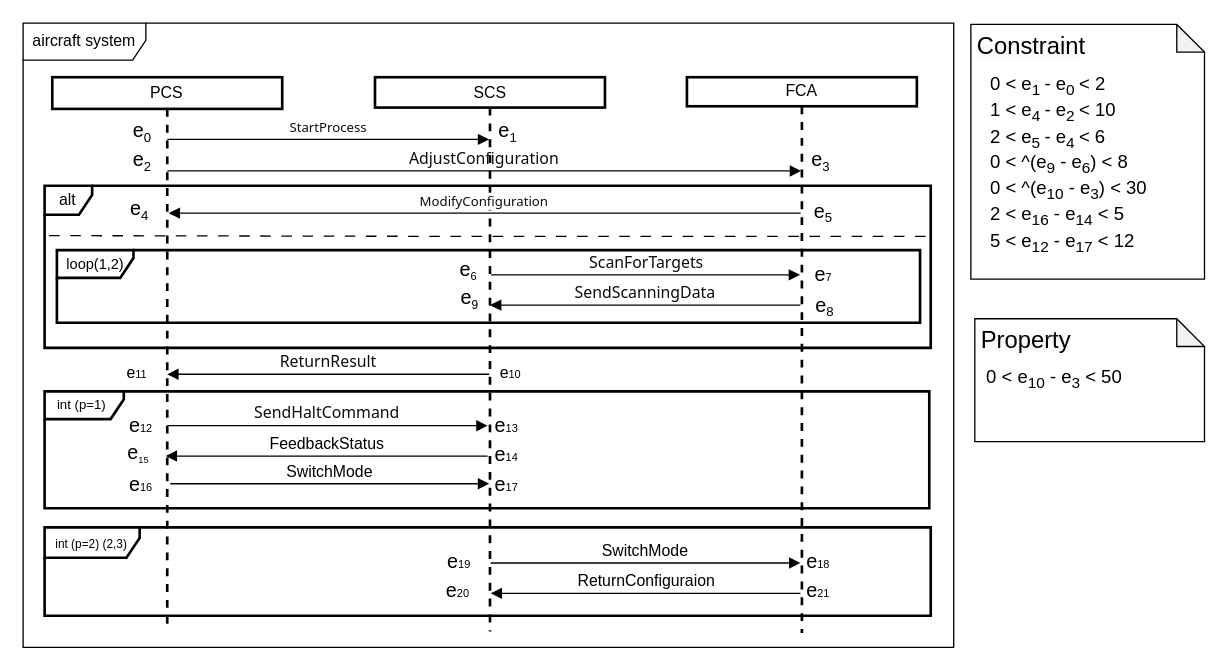
This is block.drawio from ShiYufei0708/draw, a draw.io file, before an edit. Source tidied: cells renumbered, new cells numbered last; positions are measured from the earlier drawing's top-left corner, leaving out a move shared by most shapes. Both pictures are drawn from the tidied source at 132%, with x=0, y=0 at pixel (22, 22).
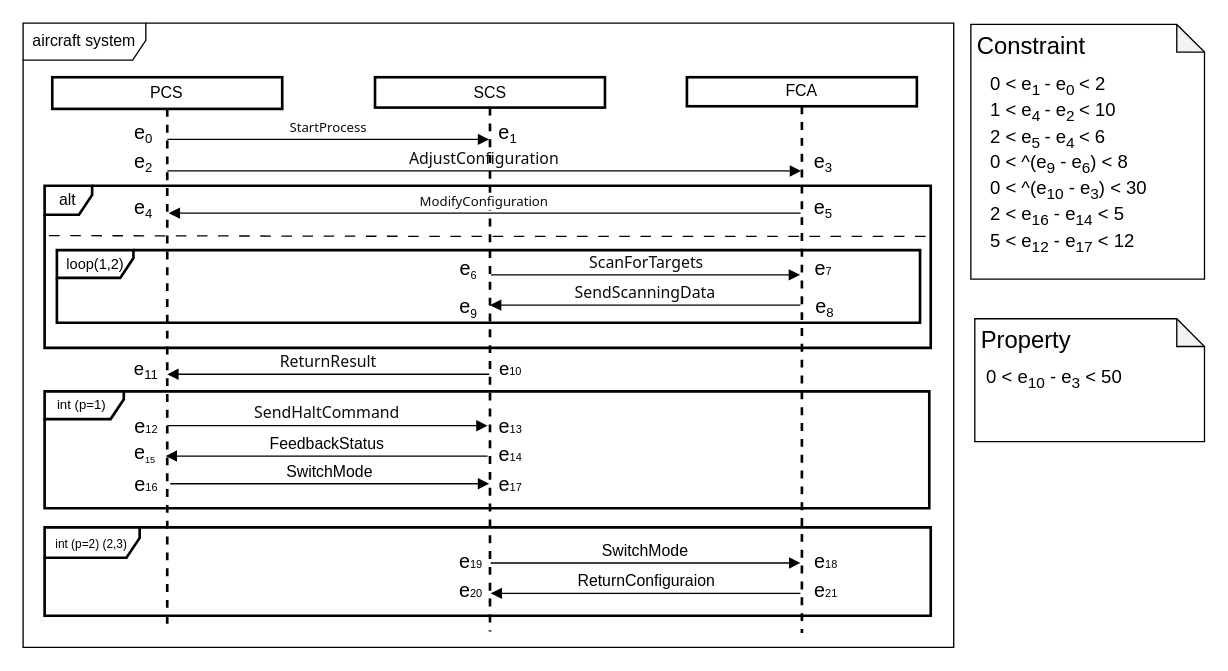
The same page after the edit.

The edit, as a diff of the source:
```diff
@@
-    <mxCell id="9" style="group;strokeWidth=2;" parent="1" vertex="1">
+    <mxCell id="9" style="group;strokeWidth=3;perimeterSpacing=1;" parent="1" vertex="1">
       <mxGeometry width="705" height="473" as="geometry" />
     </mxCell>
@@
     <mxCell id="29" value="&lt;font style=&quot;font-size: 15px;&quot;&gt;e&lt;/font&gt;&lt;sub&gt;0&lt;/sub&gt;" style="text;html=1;align=center;verticalAlign=middle;strokeColor=none;fillColor=none;" parent="9" vertex="1">
-      <mxGeometry x="74.3" y="67" width="32" height="32" as="geometry" />
+      <mxGeometry x="75" y="68" width="32" height="32" as="geometry" />
     </mxCell>
     <mxCell id="30" value="&lt;font style=&quot;font-size: 15px;&quot;&gt;e&lt;/font&gt;&lt;sub&gt;1&lt;/sub&gt;" style="text;html=1;align=center;verticalAlign=middle;strokeColor=none;fillColor=none;" parent="9" vertex="1">
-      <mxGeometry x="350.8" y="67" width="32" height="32" as="geometry" />
+      <mxGeometry x="351" y="68" width="32" height="32" as="geometry" />
     </mxCell>
     <mxCell id="31" value="&lt;font style=&quot;font-size: 15px;&quot;&gt;e&lt;/font&gt;&lt;sub&gt;2&lt;/sub&gt;" style="text;html=1;align=center;verticalAlign=middle;strokeColor=none;fillColor=none;" parent="9" vertex="1">
-      <mxGeometry x="74.3" y="89" width="32" height="32" as="geometry" />
+      <mxGeometry x="75" y="90" width="32" height="32" as="geometry" />
     </mxCell>
     <mxCell id="32" value="&lt;font style=&quot;font-size: 15px;&quot;&gt;e&lt;/font&gt;&lt;sub&gt;3&lt;/sub&gt;" style="text;html=1;align=center;verticalAlign=middle;strokeColor=none;fillColor=none;" parent="9" vertex="1">
-      <mxGeometry x="587.7" y="89" width="32" height="32" as="geometry" />
+      <mxGeometry x="590" y="90" width="32" height="32" as="geometry" />
     </mxCell>
     <mxCell id="33" value="&lt;font style=&quot;font-size: 15px;&quot;&gt;e&lt;/font&gt;&lt;sub&gt;4&lt;/sub&gt;" style="text;html=1;align=center;verticalAlign=middle;strokeColor=none;fillColor=none;" parent="9" vertex="1">
-      <mxGeometry x="72" y="126" width="32" height="32" as="geometry" />
+      <mxGeometry x="75" y="125" width="32" height="32" as="geometry" />
     </mxCell>
     <mxCell id="34" value="&lt;font style=&quot;font-size: 15px;&quot;&gt;e&lt;/font&gt;&lt;sub&gt;5&lt;/sub&gt;" style="text;html=1;align=center;verticalAlign=middle;strokeColor=none;fillColor=none;" parent="9" vertex="1">
-      <mxGeometry x="590" y="128" width="32" height="32" as="geometry" />
+      <mxGeometry x="590" y="125" width="32" height="32" as="geometry" />
     </mxCell>
     <mxCell id="35" value="&lt;font style=&quot;font-size: 15px;&quot;&gt;e&lt;/font&gt;&lt;span style=&quot;font-size: 10px;&quot;&gt;&lt;sub&gt;6&lt;/sub&gt;&lt;/span&gt;" style="text;html=1;align=center;verticalAlign=middle;strokeColor=none;fillColor=none;" parent="9" vertex="1">
-      <mxGeometry x="321.7" y="171" width="31" height="31" as="geometry" />
+      <mxGeometry x="321" y="170" width="31" height="31" as="geometry" />
     </mxCell>
     <mxCell id="36" value="&lt;font style=&quot;font-size: 15px;&quot;&gt;e&lt;/font&gt;&lt;span style=&quot;font-size: 8.33333px;&quot;&gt;7&lt;/span&gt;" style="text;html=1;align=center;verticalAlign=middle;strokeColor=none;fillColor=none;" parent="9" vertex="1">
-      <mxGeometry x="590.6" y="175" width="31" height="30" as="geometry" />
+      <mxGeometry x="590.6" y="170" width="31" height="30" as="geometry" />
     </mxCell>
     <mxCell id="37" value="&lt;font style=&quot;&quot;&gt;&lt;span style=&quot;font-size: 15px;&quot;&gt;e&lt;/span&gt;&lt;sub style=&quot;&quot;&gt;&lt;font style=&quot;font-size: 10px;&quot;&gt;8&lt;/font&gt;&lt;/sub&gt;&lt;/font&gt;" style="text;html=1;align=center;verticalAlign=middle;strokeColor=none;fillColor=none;" parent="9" vertex="1">
-      <mxGeometry x="590.6" y="199" width="32" height="32" as="geometry" />
+      <mxGeometry x="590.6" y="200" width="32" height="32" as="geometry" />
     </mxCell>
     <mxCell id="38" value="&lt;font style=&quot;font-size: 15px;&quot;&gt;e&lt;/font&gt;&lt;sub style=&quot;&quot;&gt;&lt;font style=&quot;font-size: 9px;&quot;&gt;9&lt;/font&gt;&lt;/sub&gt;" style="text;html=1;align=center;verticalAlign=middle;strokeColor=none;fillColor=none;" parent="9" vertex="1">
-      <mxGeometry x="322.9" y="193" width="31" height="32" as="geometry" />
+      <mxGeometry x="321" y="200" width="31" height="32" as="geometry" />
     </mxCell>
-    <mxCell id="39" value="e&lt;span style=&quot;font-size: 8.33333px;&quot;&gt;10&lt;/span&gt;" style="text;html=1;align=center;verticalAlign=middle;strokeColor=none;fillColor=none;" parent="9" vertex="1">
-      <mxGeometry x="351.9" y="252" width="34" height="26" as="geometry" />
+    <mxCell id="39" value="&lt;font style=&quot;font-size: 14px;&quot;&gt;e&lt;/font&gt;&lt;span style=&quot;font-size: 8.33333px;&quot;&gt;10&lt;/span&gt;" style="text;html=1;align=center;verticalAlign=middle;strokeColor=none;fillColor=none;" parent="9" vertex="1">
+      <mxGeometry x="351.9" y="247" width="35" height="29" as="geometry" />
     </mxCell>
-    <mxCell id="40" value="e&lt;span style=&quot;font-size: 8.33333px;&quot;&gt;11&lt;/span&gt;" style="text;html=1;align=center;verticalAlign=middle;strokeColor=none;fillColor=none;" parent="9" vertex="1">
-      <mxGeometry x="69.7" y="252" width="33" height="26" as="geometry" />
+    <mxCell id="40" value="&lt;font style=&quot;&quot;&gt;&lt;span style=&quot;font-size: 14px;&quot;&gt;e&lt;/span&gt;&lt;sub style=&quot;&quot;&gt;&lt;font style=&quot;font-size: 10px;&quot;&gt;11&lt;/font&gt;&lt;/sub&gt;&lt;/font&gt;" style="text;html=1;align=center;verticalAlign=middle;strokeColor=none;fillColor=none;" parent="9" vertex="1">
+      <mxGeometry x="75" y="247" width="36" height="31" as="geometry" />
     </mxCell>
     <mxCell id="41" value="&lt;font style=&quot;font-size: 15px;&quot;&gt;e&lt;/font&gt;&lt;span style=&quot;font-size: 8.33333px;&quot;&gt;12&lt;/span&gt;" style="text;html=1;align=center;verticalAlign=middle;strokeColor=none;fillColor=none;" parent="9" vertex="1">
-      <mxGeometry x="70.8" y="289.2" width="36" height="30" as="geometry" />
+      <mxGeometry x="75" y="290" width="36" height="30" as="geometry" />
     </mxCell>
     <mxCell id="42" value="&lt;font style=&quot;font-size: 15px;&quot;&gt;e&lt;/font&gt;&lt;span style=&quot;font-size: 8.33333px;&quot;&gt;13&lt;/span&gt;" style="text;html=1;align=center;verticalAlign=middle;strokeColor=none;fillColor=none;" parent="9" vertex="1">
-      <mxGeometry x="348.4" y="289.2" width="36" height="30" as="geometry" />
+      <mxGeometry x="351" y="290" width="36" height="30" as="geometry" />
     </mxCell>
     <mxCell id="43" value="&lt;font style=&quot;font-size: 15px;&quot;&gt;e&lt;/font&gt;&lt;span style=&quot;font-size: 8.33333px;&quot;&gt;14&lt;/span&gt;" style="text;html=1;align=center;verticalAlign=middle;strokeColor=none;fillColor=none;" parent="9" vertex="1">
-      <mxGeometry x="348.4" y="310.5" width="36" height="30" as="geometry" />
+      <mxGeometry x="351" y="310.5" width="36" height="30" as="geometry" />
     </mxCell>
     <mxCell id="44" value="&lt;font style=&quot;font-size: 15px;&quot;&gt;e&lt;/font&gt;&lt;font style=&quot;font-size: 8.33333px;&quot;&gt;&lt;sub&gt;15&lt;/sub&gt;&lt;/font&gt;" style="text;html=1;align=center;verticalAlign=middle;strokeColor=none;fillColor=none;" parent="9" vertex="1">
-      <mxGeometry x="70.3" y="310.5" width="34" height="30" as="geometry" />
+      <mxGeometry x="75" y="310.5" width="34" height="30" as="geometry" />
     </mxCell>
     <mxCell id="45" value="&lt;font style=&quot;font-size: 15px;&quot;&gt;e&lt;/font&gt;&lt;span style=&quot;font-size: 8.33333px;&quot;&gt;16&lt;/span&gt;" style="text;html=1;align=center;verticalAlign=middle;strokeColor=none;fillColor=none;" parent="9" vertex="1">
-      <mxGeometry x="70.8" y="334" width="36" height="30" as="geometry" />
+      <mxGeometry x="75" y="334" width="36" height="30" as="geometry" />
     </mxCell>
     <mxCell id="46" value="&lt;font style=&quot;font-size: 15px;&quot;&gt;e&lt;/font&gt;&lt;span style=&quot;font-size: 8.33333px;&quot;&gt;19&lt;/span&gt;" style="text;html=1;align=center;verticalAlign=middle;strokeColor=none;fillColor=none;" parent="9" vertex="1">
-      <mxGeometry x="312.4" y="392" width="36" height="30" as="geometry" />
+      <mxGeometry x="321" y="392" width="36" height="30" as="geometry" />
     </mxCell>
     <mxCell id="47" value="&lt;font style=&quot;font-size: 15px;&quot;&gt;e&lt;/font&gt;&lt;span style=&quot;font-size: 8.33333px;&quot;&gt;17&lt;/span&gt;" style="text;html=1;align=center;verticalAlign=middle;strokeColor=none;fillColor=none;" parent="9" vertex="1">
-      <mxGeometry x="348.4" y="334" width="36" height="30" as="geometry" />
+      <mxGeometry x="351" y="334" width="36" height="30" as="geometry" />
     </mxCell>
     <mxCell id="48" value="&lt;font style=&quot;font-size: 15px;&quot;&gt;e&lt;/font&gt;&lt;span style=&quot;font-size: 8.33333px;&quot;&gt;18&lt;/span&gt;" style="text;html=1;align=center;verticalAlign=middle;strokeColor=none;fillColor=none;" parent="9" vertex="1">
-      <mxGeometry x="584.2" y="392" width="36" height="30" as="geometry" />
+      <mxGeometry x="590" y="392" width="36" height="30" as="geometry" />
     </mxCell>
@@
     <mxCell id="50" value="&lt;font style=&quot;font-size: 15px;&quot;&gt;e&lt;/font&gt;&lt;span style=&quot;font-size: 8.33333px;&quot;&gt;21&lt;/span&gt;" style="text;html=1;align=center;verticalAlign=middle;strokeColor=none;fillColor=none;" parent="9" vertex="1">
-      <mxGeometry x="584.2" y="414" width="36" height="30" as="geometry" />
+      <mxGeometry x="590" y="414" width="36" height="30" as="geometry" />
     </mxCell>
     <mxCell id="51" value="&lt;font style=&quot;font-size: 15px;&quot;&gt;e&lt;/font&gt;&lt;span style=&quot;font-size: 8.33333px;&quot;&gt;20&lt;/span&gt;" style="text;html=1;align=center;verticalAlign=middle;strokeColor=none;fillColor=none;" parent="9" vertex="1">
-      <mxGeometry x="311.3" y="414" width="36" height="30" as="geometry" />
+      <mxGeometry x="321" y="414" width="36" height="30" as="geometry" />
     </mxCell>
```
